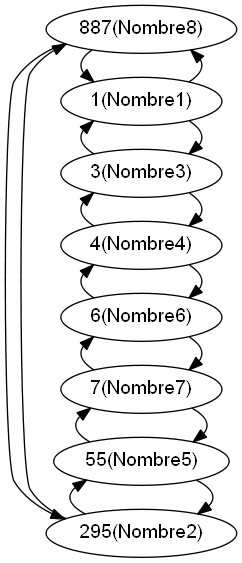
Before: [EDD]Proyecto2_Junio2020/Conductores.png, a diagram exported from Graphviz (Sergio-Sebastian/-EDD-Proyecto2_Junio2020_201709159). Its source is kept beside it as [EDD]Proyecto2_Junio2020/Conductores.dot. Source of this version:
```dot
digraph D {
rankdir=LR
node [fontname="Arial"];

"1(Nombre1)"->"3(Nombre3)";
"3(Nombre3)"->"1(Nombre1)";
"3(Nombre3)"->"4(Nombre4)";
"4(Nombre4)"->"3(Nombre3)";
"4(Nombre4)"->"6(Nombre6)";
"6(Nombre6)"->"4(Nombre4)";
"6(Nombre6)"->"7(Nombre7)";
"7(Nombre7)"->"6(Nombre6)";
"7(Nombre7)"->"55(Nombre5)";
"55(Nombre5)"->"7(Nombre7)";
"55(Nombre5)"->"295(Nombre2)";
"295(Nombre2)"->"55(Nombre5)";
"295(Nombre2)"->"887(Nombre8)";
"887(Nombre8)"->"295(Nombre2)";
"1(Nombre1)"->"887(Nombre8)";
"887(Nombre8)"->"1(Nombre1)";
{rank=same;"1(Nombre1)";"3(Nombre3)";"4(Nombre4)";"6(Nombre6)";"7(Nombre7)";"55(Nombre5)";"295(Nombre2)";"887(Nombre8)";};

}
```
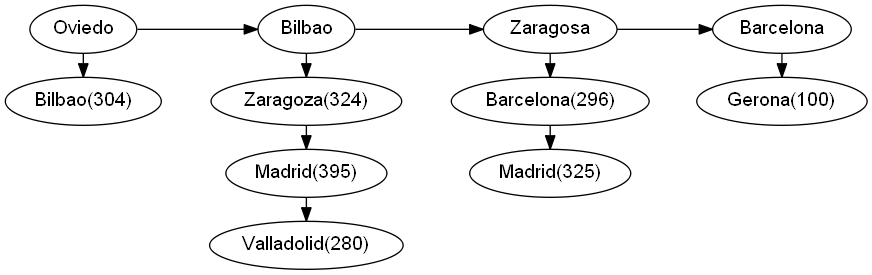
After the commit.

Diff of the diagram source:
```diff
@@ -2,22 +2,5 @@
 rankdir=LR
 node [fontname="Arial"];
 
-"1(Nombre1)"->"3(Nombre3)";
-"3(Nombre3)"->"1(Nombre1)";
-"3(Nombre3)"->"4(Nombre4)";
-"4(Nombre4)"->"3(Nombre3)";
-"4(Nombre4)"->"6(Nombre6)";
-"6(Nombre6)"->"4(Nombre4)";
-"6(Nombre6)"->"7(Nombre7)";
-"7(Nombre7)"->"6(Nombre6)";
-"7(Nombre7)"->"55(Nombre5)";
-"55(Nombre5)"->"7(Nombre7)";
-"55(Nombre5)"->"295(Nombre2)";
-"295(Nombre2)"->"55(Nombre5)";
-"295(Nombre2)"->"887(Nombre8)";
-"887(Nombre8)"->"295(Nombre2)";
-"1(Nombre1)"->"887(Nombre8)";
-"887(Nombre8)"->"1(Nombre1)";
-{rank=same;"1(Nombre1)";"3(Nombre3)";"4(Nombre4)";"6(Nombre6)";"7(Nombre7)";"55(Nombre5)";"295(Nombre2)";"887(Nombre8)";};
-
+"Oviedo"->"Bilbao(304)";{rank=same;"Oviedo";"Bilbao(304)";}"Oviedo"->"Bilbao";"Bilbao"->"Zaragoza(324)";"Zaragoza(324)"->"Madrid(395)";"Madrid(395)"->"Valladolid(280)";{rank=same;"Bilbao";"Zaragoza(324)";"Madrid(395)";"Valladolid(280)";}"Bilbao"->"Zaragosa";"Zaragosa"->"Barcelona(296)";"Barcelona(296)"->"Madrid(325)";{rank=same;"Zaragosa";"Barcelona(296)";"Madrid(325)";}"Zaragosa"->"Barcelona";"Barcelona"->"Gerona(100)";{rank=same;"Barcelona";"Gerona(100)";}
 }
```
